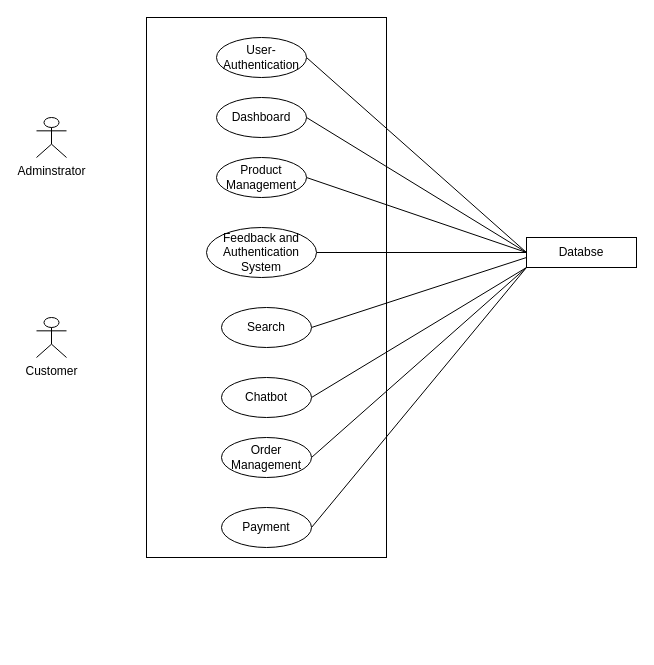
Above: Software-Requirement-Specification/Use-Case-Diagrams/Level-1.drawio in fiercePanda007/SPL2-EcommerceWebApp (draw.io), before the change. Source tidied: cells renumbered, new cells numbered last; positions are measured from the earlier drawing's top-left corner, leaving out a move shared by most shapes. Both pictures are drawn from the tidied source at 100%, with x=0, y=0 at pixel (36, 17).
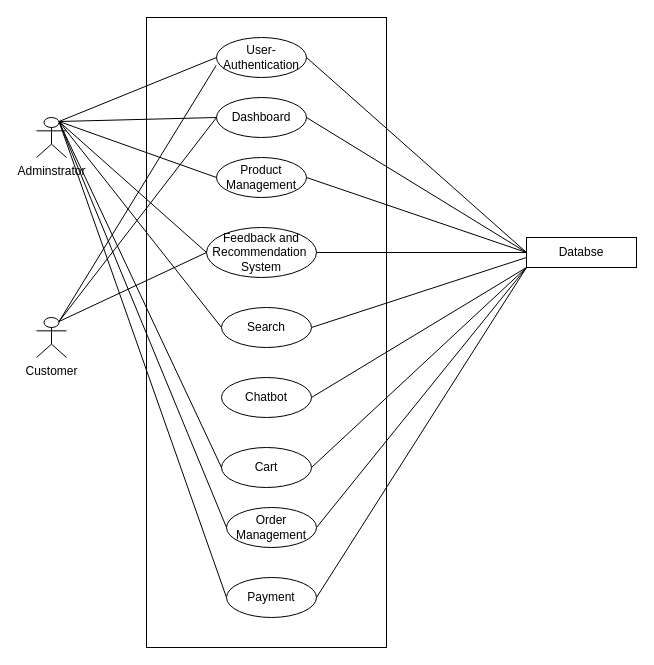
After the change.

Unchanged cells that the change refers to:
```xml
<mxCell id="3" value="Dashboard" style="ellipse;whiteSpace=wrap;html=1;" parent="1" vertex="1">
  <mxGeometry x="180" y="80" width="90" height="40" as="geometry" />
</mxCell>
<mxCell id="11" value="Search" style="ellipse;whiteSpace=wrap;html=1;" parent="1" vertex="1">
  <mxGeometry x="185" y="290" width="90" height="40" as="geometry" />
</mxCell>
<mxCell id="15" value="Product Management" style="ellipse;whiteSpace=wrap;html=1;" parent="1" vertex="1">
  <mxGeometry x="180" y="140" width="90" height="40" as="geometry" />
</mxCell>
<mxCell id="17" value="User-Authentication" style="ellipse;whiteSpace=wrap;html=1;" parent="1" vertex="1">
  <mxGeometry x="180" y="20" width="90" height="40" as="geometry" />
</mxCell>
<mxCell id="18" value="Adminstrator" style="shape=umlActor;verticalLabelPosition=bottom;verticalAlign=top;html=1;outlineConnect=0;rounded=0;glass=0;sketch=0;shadow=0;" parent="1" vertex="1">
  <mxGeometry y="100" width="30" height="40" as="geometry" />
</mxCell>
<mxCell id="20" value="Databse" style="rounded=0;whiteSpace=wrap;html=1;" parent="1" vertex="1">
  <mxGeometry x="490" y="220" width="110" height="30" as="geometry" />
</mxCell>
<mxCell id="21" value="Customer" style="shape=umlActor;verticalLabelPosition=bottom;verticalAlign=top;html=1;outlineConnect=0;rounded=0;glass=0;sketch=0;shadow=0;" parent="1" vertex="1">
  <mxGeometry y="300" width="30" height="40" as="geometry" />
</mxCell>
```

Change to the diagram source:
```diff
@@
     <mxCell id="2" style="rounded=0;whiteSpace=wrap;html=1;" parent="1" vertex="1">
-      <mxGeometry x="110" width="240" height="540" as="geometry" />
+      <mxGeometry x="110" width="240" height="630" as="geometry" />
     </mxCell>
@@
-    <mxCell id="5" value="Payment" style="ellipse;whiteSpace=wrap;html=1;" parent="1" vertex="1">
-      <mxGeometry x="185" y="490" width="90" height="40" as="geometry" />
+    <mxCell id="5" value="Cart" style="ellipse;whiteSpace=wrap;html=1;" parent="1" vertex="1">
+      <mxGeometry x="185" y="430" width="90" height="40" as="geometry" />
     </mxCell>
@@
     <mxCell id="7" value="Order Management" style="ellipse;whiteSpace=wrap;html=1;" parent="1" vertex="1">
-      <mxGeometry x="185" y="420" width="90" height="40" as="geometry" />
+      <mxGeometry x="190" y="490" width="90" height="40" as="geometry" />
     </mxCell>
@@
-    <mxCell id="13" value="Feedback and Authentication System" style="ellipse;whiteSpace=wrap;html=1;" parent="1" vertex="1">
+    <mxCell id="13" value="Feedback and Recommendation&amp;nbsp; System" style="ellipse;whiteSpace=wrap;html=1;" parent="1" vertex="1">
       <mxGeometry x="170" y="210" width="110" height="50" as="geometry" />
     </mxCell>
@@
+    <mxCell id="22" style="edgeStyle=none;html=1;exitX=0.75;exitY=0.1;exitDx=0;exitDy=0;exitPerimeter=0;entryX=0;entryY=0.5;entryDx=0;entryDy=0;endArrow=none;endFill=0;" parent="1" edge="1" source="18" target="17">
+      <mxGeometry relative="1" as="geometry" />
+    </mxCell>
+    <mxCell id="23" style="edgeStyle=none;html=1;exitX=0.75;exitY=0.1;exitDx=0;exitDy=0;exitPerimeter=0;entryX=0;entryY=0.5;entryDx=0;entryDy=0;endArrow=none;endFill=0;" parent="1" edge="1" source="18" target="3">
+      <mxGeometry relative="1" as="geometry" />
+    </mxCell>
+    <mxCell id="24" style="edgeStyle=none;html=1;exitX=0.75;exitY=0.1;exitDx=0;exitDy=0;exitPerimeter=0;entryX=0;entryY=0.5;entryDx=0;entryDy=0;endArrow=none;endFill=0;" parent="1" edge="1" source="18" target="15">
+      <mxGeometry relative="1" as="geometry" />
+    </mxCell>
+    <mxCell id="25" style="edgeStyle=none;html=1;exitX=0.75;exitY=0.1;exitDx=0;exitDy=0;exitPerimeter=0;entryX=0;entryY=0.5;entryDx=0;entryDy=0;endArrow=none;endFill=0;" parent="1" edge="1" source="18" target="13">
+      <mxGeometry relative="1" as="geometry" />
+    </mxCell>
+    <mxCell id="26" style="edgeStyle=none;html=1;exitX=0.75;exitY=0.1;exitDx=0;exitDy=0;exitPerimeter=0;endArrow=none;endFill=0;entryX=0;entryY=0.5;entryDx=0;entryDy=0;" parent="1" edge="1" source="18" target="5">
+      <mxGeometry relative="1" as="geometry" />
+    </mxCell>
+    <mxCell id="27" style="edgeStyle=none;html=1;exitX=0.75;exitY=0.1;exitDx=0;exitDy=0;exitPerimeter=0;entryX=0;entryY=0.5;entryDx=0;entryDy=0;endArrow=none;endFill=0;" parent="1" edge="1" source="18" target="11">
+      <mxGeometry relative="1" as="geometry" />
+    </mxCell>
+    <mxCell id="28" style="edgeStyle=none;html=1;exitX=0.75;exitY=0.1;exitDx=0;exitDy=0;exitPerimeter=0;entryX=0;entryY=0.5;entryDx=0;entryDy=0;endArrow=none;endFill=0;" parent="1" edge="1" source="18" target="7">
+      <mxGeometry relative="1" as="geometry" />
+    </mxCell>
+    <mxCell id="29" style="edgeStyle=none;html=1;exitX=0.75;exitY=0.1;exitDx=0;exitDy=0;exitPerimeter=0;entryX=0;entryY=0.5;entryDx=0;entryDy=0;endArrow=none;endFill=0;" parent="1" edge="1" source="18" target="34">
+      <mxGeometry relative="1" as="geometry" />
+    </mxCell>
@@
+    <mxCell id="30" style="edgeStyle=none;html=1;exitX=0.75;exitY=0.1;exitDx=0;exitDy=0;exitPerimeter=0;entryX=-0.004;entryY=0.701;entryDx=0;entryDy=0;entryPerimeter=0;endArrow=none;endFill=0;" parent="1" edge="1" source="21" target="17">
+      <mxGeometry relative="1" as="geometry" />
+    </mxCell>
+    <mxCell id="31" style="edgeStyle=none;html=1;exitX=0.75;exitY=0.1;exitDx=0;exitDy=0;exitPerimeter=0;entryX=0;entryY=0.5;entryDx=0;entryDy=0;endArrow=none;endFill=0;" parent="1" edge="1" source="21" target="3">
+      <mxGeometry relative="1" as="geometry" />
+    </mxCell>
+    <mxCell id="32" style="edgeStyle=none;html=1;exitX=0.75;exitY=0.1;exitDx=0;exitDy=0;exitPerimeter=0;entryX=0;entryY=0.5;entryDx=0;entryDy=0;endArrow=none;endFill=0;" parent="1" edge="1" source="21" target="13">
+      <mxGeometry relative="1" as="geometry" />
+    </mxCell>
@@
+    <mxCell id="33" style="edgeStyle=none;html=1;exitX=1;exitY=0.5;exitDx=0;exitDy=0;entryX=0;entryY=1;entryDx=0;entryDy=0;endArrow=none;endFill=0;" parent="1" edge="1" source="34" target="20">
+      <mxGeometry relative="1" as="geometry" />
+    </mxCell>
+    <mxCell id="34" value="Payment" style="ellipse;whiteSpace=wrap;html=1;" parent="1" vertex="1">
+      <mxGeometry x="190" y="560" width="90" height="40" as="geometry" />
+    </mxCell>
```
